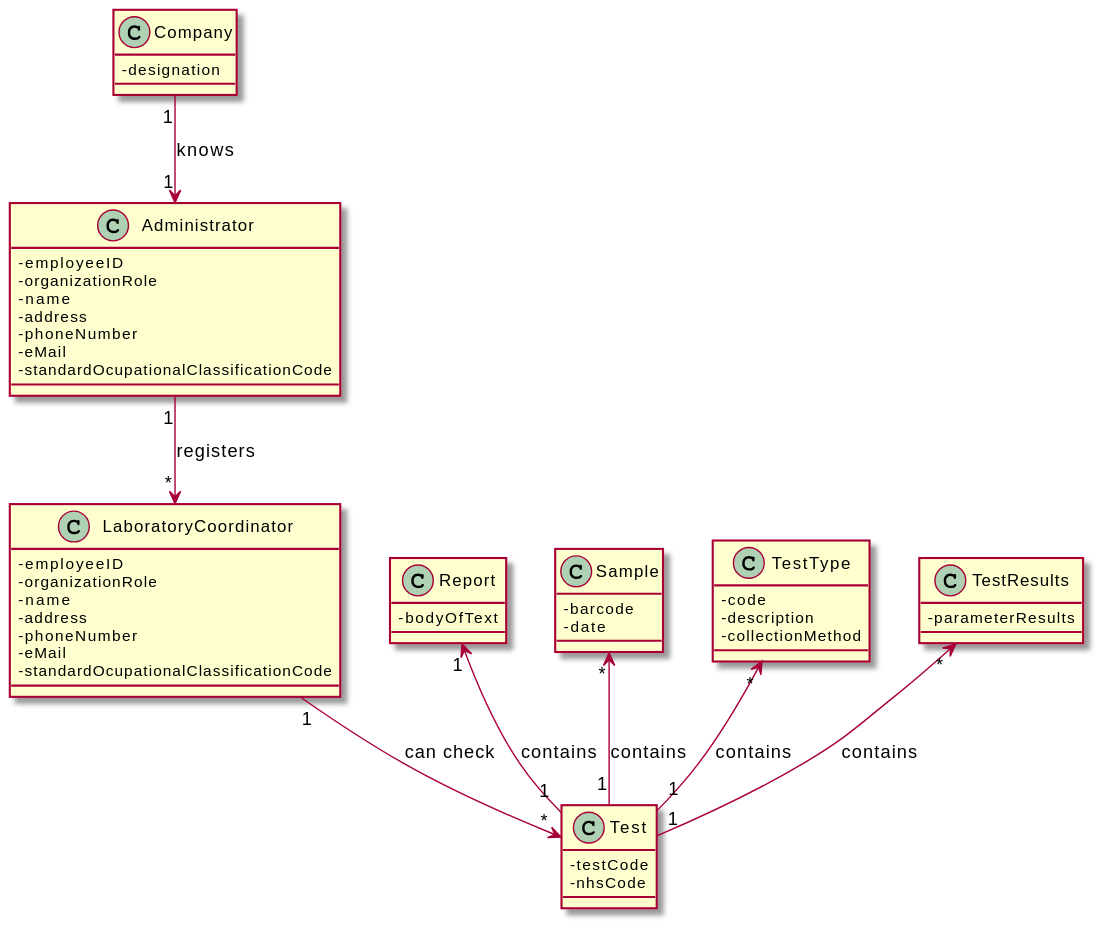
Above: docs/SprintD/US_16/US16_DM.svg in RuiRioPina/LAPR2-20-21 (PlantUML), before the change.
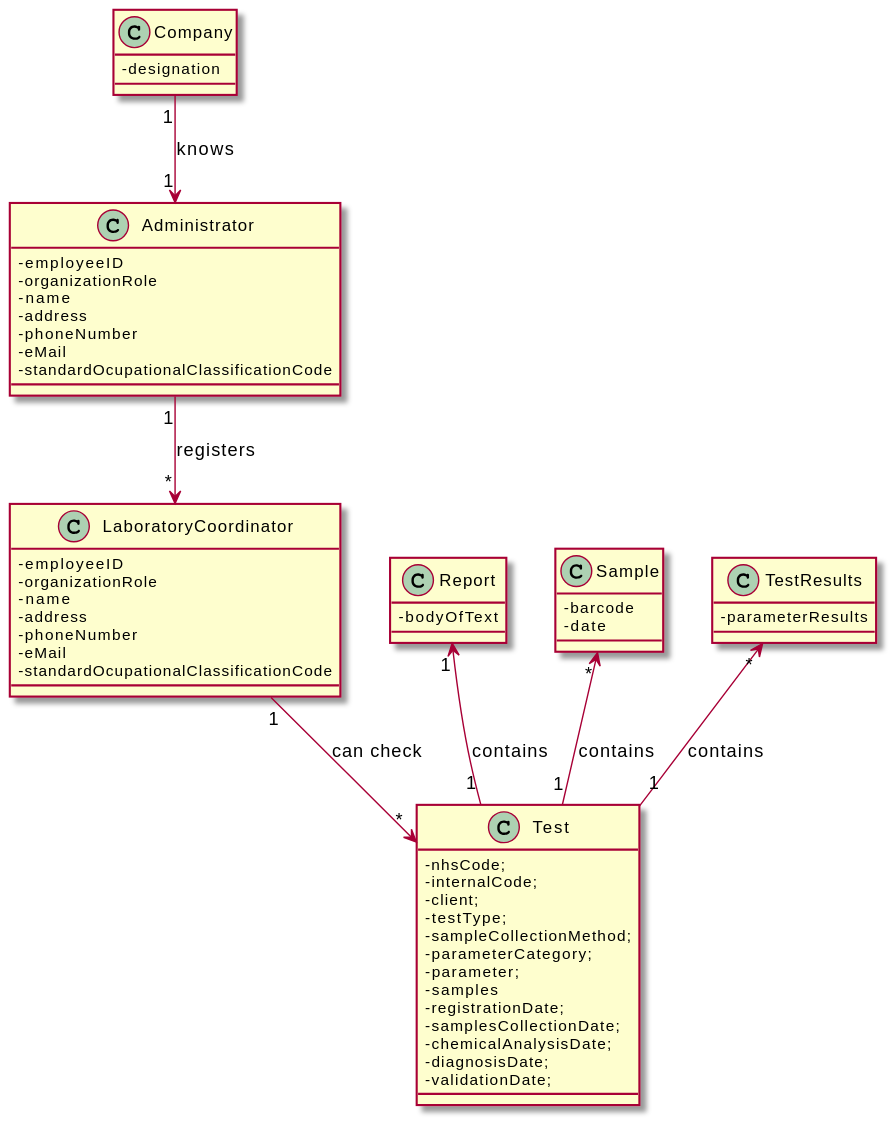
After the change.

What changed in the source:
```diff
@@ -28,8 +28,19 @@
 }
 
 Class Test{
--testCode
--nhsCode
+-nhsCode;
+-internalCode;
+-client;
+-testType;
+-sampleCollectionMethod;
+-parameterCategory;
+-parameter;
+-samples
+-registrationDate;
+-samplesCollectionDate;
+-chemicalAnalysisDate;
+-diagnosisDate;
+-validationDate;
 }
 
 Class Sample{
@@ -37,11 +48,6 @@
 -date
 }
 
-Class TestType{
--code
--description
--collectionMethod
-}
 
 Class TestResults{
 -parameterResults
@@ -50,7 +56,6 @@
 LaboratoryCoordinator"1" --> "*" Test : can check
 Report"1" <-- "1" Test: contains
 Sample"*" <-- "1" Test: contains
-TestType"*" <-- "1" Test: contains
 TestResults"*" <-- "1" Test: contains
 Administrator "1" --> "*" LaboratoryCoordinator: registers
 Company "1" --> "1" Administrator : knows
```
